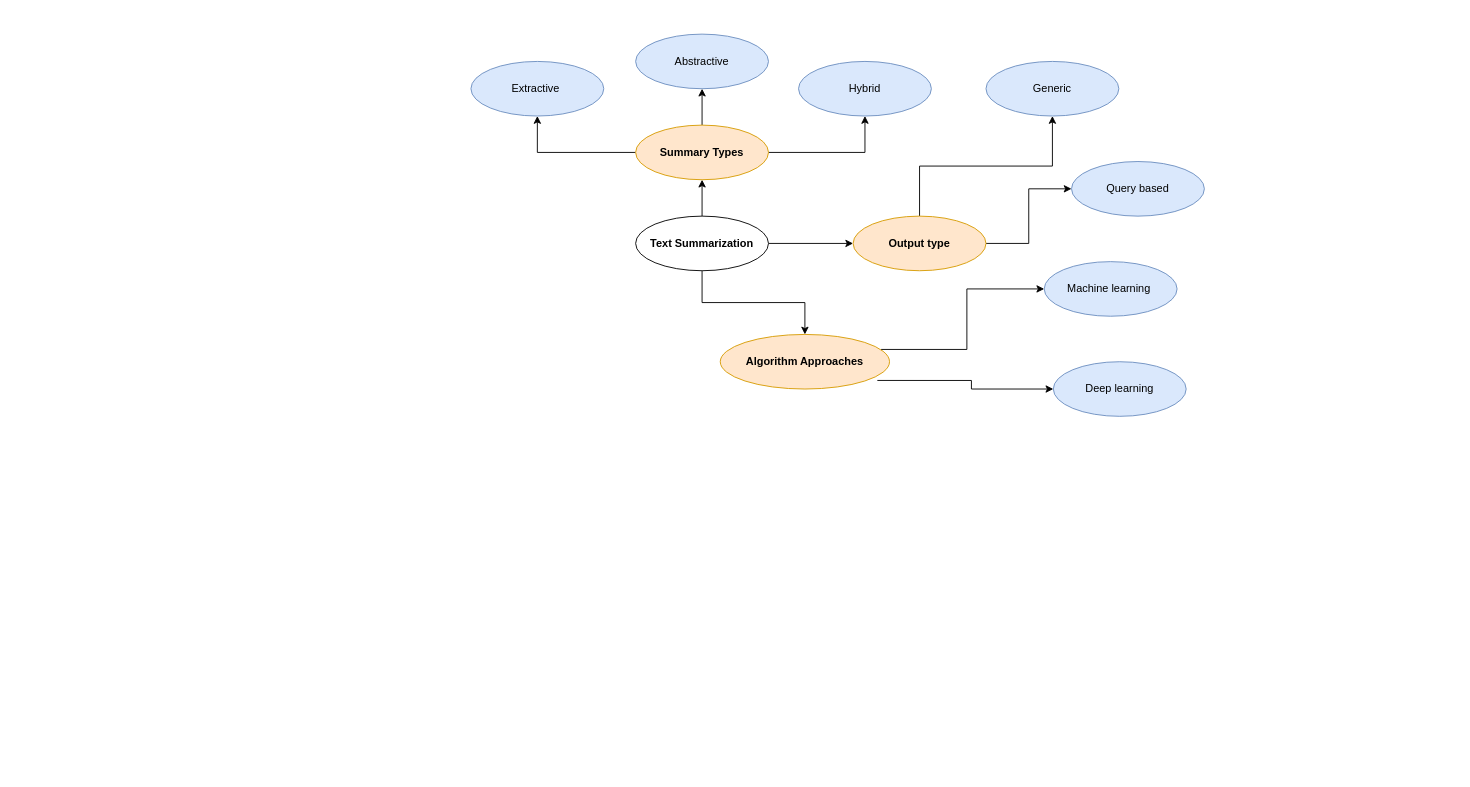
Above: Project Proposal/images/Conceptual_Diagram.drawio in nazhimkalam/gensum (draw.io), before the change. Source tidied: cells renumbered, new cells numbered last; positions are measured from the earlier drawing's top-left corner, leaving out a move shared by most shapes. Both pictures are drawn from the tidied source at 91%, with x=0, y=0 at pixel (470, 34).
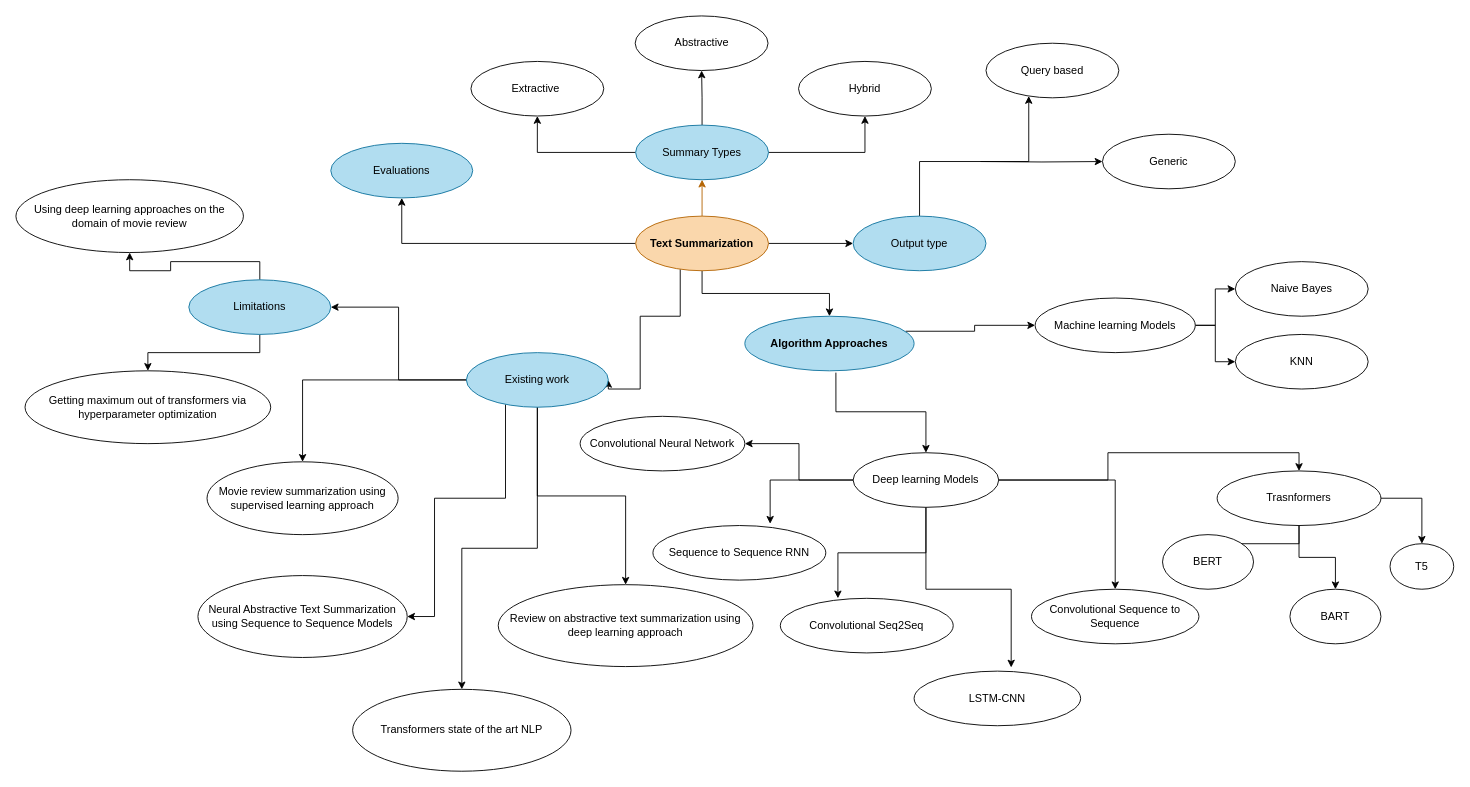
The same page after the edit.

Commit message (it also covers changes not shown here):
project proposal diagram

Diff of the diagram source:
```diff
@@
-    <mxCell id="2" style="edgeStyle=orthogonalEdgeStyle;rounded=0;jettySize=auto;html=1;entryX=0.5;entryY=1;entryDx=0;entryDy=0;" parent="1" edge="1" source="5" target="9">
+    <mxCell id="2" style="edgeStyle=orthogonalEdgeStyle;rounded=0;jettySize=auto;html=1;entryX=0.5;entryY=1;entryDx=0;entryDy=0;fillColor=#fad7ac;strokeColor=#b46504;" parent="1" edge="1" source="5" target="9">
       <mxGeometry relative="1" as="geometry" />
     </mxCell>
@@
+    <mxCell id="23" style="edgeStyle=orthogonalEdgeStyle;rounded=0;jettySize=auto;html=1;entryX=1;entryY=0.5;entryDx=0;entryDy=0;" parent="1" edge="1" source="5" target="53">
+      <mxGeometry relative="1" as="geometry">
+        <Array as="points">
+          <mxPoint x="230" y="310" />
+          <mxPoint x="186" y="310" />
+          <mxPoint x="186" y="390" />
+        </Array>
+      </mxGeometry>
+    </mxCell>
+    <mxCell id="24" style="edgeStyle=orthogonalEdgeStyle;rounded=0;jettySize=auto;html=1;" parent="1" edge="1" source="5" target="61">
+      <mxGeometry relative="1" as="geometry" />
+    </mxCell>
-    <mxCell id="5" value="&lt;b&gt;Text Summarization&lt;/b&gt;" style="ellipse;whiteSpace=wrap;html=1;" parent="1" vertex="1">
+    <mxCell id="5" value="&lt;b&gt;Text Summarization&lt;/b&gt;" style="ellipse;whiteSpace=wrap;html=1;fillColor=#fad7ac;strokeColor=#b46504;" parent="1" vertex="1">
       <mxGeometry x="181" y="200" width="146" height="60" as="geometry" />
     </mxCell>
@@
-    <mxCell id="9" value="&lt;b&gt;Summary Types&lt;/b&gt;" style="ellipse;whiteSpace=wrap;html=1;fillColor=#ffe6cc;strokeColor=#d79b00;" parent="1" vertex="1">
+    <mxCell id="9" value="Summary Types" style="ellipse;whiteSpace=wrap;html=1;fillColor=#b1ddf0;strokeColor=#10739e;" parent="1" vertex="1">
       <mxGeometry x="181" y="100" width="146" height="60" as="geometry" />
     </mxCell>
-    <mxCell id="10" value="Extractive&amp;nbsp;" style="ellipse;whiteSpace=wrap;html=1;fillColor=#dae8fc;strokeColor=#6c8ebf;" parent="1" vertex="1">
+    <mxCell id="10" value="Extractive&amp;nbsp;" style="ellipse;whiteSpace=wrap;html=1;" parent="1" vertex="1">
       <mxGeometry y="30" width="146" height="60" as="geometry" />
     </mxCell>
-    <mxCell id="11" value="Abstractive" style="ellipse;whiteSpace=wrap;html=1;fillColor=#dae8fc;strokeColor=#6c8ebf;" parent="1" vertex="1">
-      <mxGeometry x="181" width="146" height="60" as="geometry" />
+    <mxCell id="11" value="Abstractive" style="ellipse;whiteSpace=wrap;html=1;" parent="1" vertex="1">
+      <mxGeometry x="180.5" y="-20" width="146" height="60" as="geometry" />
     </mxCell>
-    <mxCell id="12" value="Hybrid" style="ellipse;whiteSpace=wrap;html=1;fillColor=#dae8fc;strokeColor=#6c8ebf;" parent="1" vertex="1">
+    <mxCell id="12" value="Hybrid" style="ellipse;whiteSpace=wrap;html=1;" parent="1" vertex="1">
       <mxGeometry x="360" y="30" width="146" height="60" as="geometry" />
     </mxCell>
     <mxCell id="13" style="edgeStyle=orthogonalEdgeStyle;rounded=0;jettySize=auto;html=1;" parent="1" edge="1" source="15" target="17">
-      <mxGeometry relative="1" as="geometry" />
+      <mxGeometry relative="1" as="geometry">
+        <Array as="points">
+          <mxPoint x="493" y="140" />
+          <mxPoint x="613" y="140" />
+        </Array>
+      </mxGeometry>
     </mxCell>
-    <mxCell id="14" style="edgeStyle=orthogonalEdgeStyle;rounded=0;jettySize=auto;html=1;entryX=0.5;entryY=1;entryDx=0;entryDy=0;" parent="1" edge="1" source="15" target="16">
-      <mxGeometry relative="1" as="geometry" />
-    </mxCell>
+    <mxCell id="25" style="edgeStyle=orthogonalEdgeStyle;rounded=0;jettySize=auto;html=1;entryX=0;entryY=0.5;entryDx=0;entryDy=0;" parent="1" edge="1" target="16">
+      <mxGeometry relative="1" as="geometry">
+        <mxPoint x="560" y="140" as="sourcePoint" />
+      </mxGeometry>
+    </mxCell>
-    <mxCell id="15" value="&lt;b&gt;Output type&lt;/b&gt;" style="ellipse;whiteSpace=wrap;html=1;fillColor=#ffe6cc;strokeColor=#d79b00;" parent="1" vertex="1">
+    <mxCell id="15" value="Output type" style="ellipse;whiteSpace=wrap;html=1;fillColor=#b1ddf0;strokeColor=#10739e;" parent="1" vertex="1">
       <mxGeometry x="420" y="200" width="146" height="60" as="geometry" />
     </mxCell>
-    <mxCell id="16" value="Generic" style="ellipse;whiteSpace=wrap;html=1;fillColor=#dae8fc;strokeColor=#6c8ebf;" parent="1" vertex="1">
-      <mxGeometry x="566" y="30" width="146" height="60" as="geometry" />
+    <mxCell id="16" value="Generic" style="ellipse;whiteSpace=wrap;html=1;" parent="1" vertex="1">
+      <mxGeometry x="694" y="110" width="146" height="60" as="geometry" />
     </mxCell>
-    <mxCell id="17" value="Query based" style="ellipse;whiteSpace=wrap;html=1;fillColor=#dae8fc;strokeColor=#6c8ebf;" parent="1" vertex="1">
-      <mxGeometry x="660" y="140" width="146" height="60" as="geometry" />
+    <mxCell id="17" value="Query based" style="ellipse;whiteSpace=wrap;html=1;" parent="1" vertex="1">
+      <mxGeometry x="566" y="10" width="146" height="60" as="geometry" />
     </mxCell>
-    <mxCell id="18" style="edgeStyle=orthogonalEdgeStyle;rounded=0;jettySize=auto;html=1;exitX=0.928;exitY=0.843;exitDx=0;exitDy=0;exitPerimeter=0;" parent="1" edge="1" source="20" target="22">
+    <mxCell id="18" style="edgeStyle=orthogonalEdgeStyle;rounded=0;jettySize=auto;html=1;exitX=0.538;exitY=1.033;exitDx=0;exitDy=0;exitPerimeter=0;" parent="1" edge="1" source="20" target="22">
       <mxGeometry relative="1" as="geometry" />
     </mxCell>
@@
-    <mxCell id="20" value="&lt;b&gt;Algorithm Approaches&lt;/b&gt;" style="ellipse;whiteSpace=wrap;html=1;fillColor=#ffe6cc;strokeColor=#d79b00;" parent="1" vertex="1">
-      <mxGeometry x="274" y="330" width="186" height="60" as="geometry" />
+    <mxCell id="20" value="&lt;b&gt;Algorithm Approaches&lt;/b&gt;" style="ellipse;whiteSpace=wrap;html=1;fillColor=#b1ddf0;strokeColor=#10739e;" parent="1" vertex="1">
+      <mxGeometry x="301" y="310" width="186" height="60" as="geometry" />
     </mxCell>
+    <mxCell id="26" style="edgeStyle=orthogonalEdgeStyle;rounded=0;jettySize=auto;html=1;entryX=0;entryY=0.5;entryDx=0;entryDy=0;" parent="1" edge="1" source="21" target="34">
+      <mxGeometry relative="1" as="geometry" />
+    </mxCell>
+    <mxCell id="27" style="edgeStyle=orthogonalEdgeStyle;rounded=0;jettySize=auto;html=1;" parent="1" edge="1" source="21" target="35">
+      <mxGeometry relative="1" as="geometry" />
+    </mxCell>
-    <mxCell id="21" value="Machine learning&amp;nbsp;" style="ellipse;whiteSpace=wrap;html=1;fillColor=#dae8fc;strokeColor=#6c8ebf;" parent="1" vertex="1">
-      <mxGeometry x="630" y="250" width="146" height="60" as="geometry" />
+    <mxCell id="21" value="Machine learning Models" style="ellipse;whiteSpace=wrap;html=1;" parent="1" vertex="1">
+      <mxGeometry x="620" y="290" width="176" height="60" as="geometry" />
     </mxCell>
+    <mxCell id="28" style="edgeStyle=orthogonalEdgeStyle;rounded=0;jettySize=auto;html=1;entryX=1;entryY=0.5;entryDx=0;entryDy=0;" parent="1" edge="1" source="22" target="36">
+      <mxGeometry relative="1" as="geometry" />
+    </mxCell>
+    <mxCell id="29" style="edgeStyle=orthogonalEdgeStyle;rounded=0;jettySize=auto;html=1;entryX=0.678;entryY=-0.033;entryDx=0;entryDy=0;entryPerimeter=0;" parent="1" edge="1" source="22" target="37">
+      <mxGeometry relative="1" as="geometry" />
+    </mxCell>
+    <mxCell id="30" style="edgeStyle=orthogonalEdgeStyle;rounded=0;jettySize=auto;html=1;entryX=0.333;entryY=0;entryDx=0;entryDy=0;entryPerimeter=0;" parent="1" edge="1" source="22" target="38">
+      <mxGeometry relative="1" as="geometry" />
+    </mxCell>
+    <mxCell id="31" style="edgeStyle=orthogonalEdgeStyle;rounded=0;jettySize=auto;html=1;entryX=0.583;entryY=-0.067;entryDx=0;entryDy=0;entryPerimeter=0;" parent="1" edge="1" source="22" target="39">
+      <mxGeometry relative="1" as="geometry" />
+    </mxCell>
+    <mxCell id="32" style="edgeStyle=orthogonalEdgeStyle;rounded=0;jettySize=auto;html=1;entryX=0.5;entryY=0;entryDx=0;entryDy=0;" parent="1" edge="1" source="22" target="40">
+      <mxGeometry relative="1" as="geometry" />
+    </mxCell>
+    <mxCell id="33" style="edgeStyle=orthogonalEdgeStyle;rounded=0;jettySize=auto;html=1;entryX=0.5;entryY=0;entryDx=0;entryDy=0;" parent="1" edge="1" source="22" target="44">
+      <mxGeometry relative="1" as="geometry" />
+    </mxCell>
-    <mxCell id="22" value="Deep learning" style="ellipse;whiteSpace=wrap;html=1;fillColor=#dae8fc;strokeColor=#6c8ebf;" parent="1" vertex="1">
-      <mxGeometry x="640" y="360" width="146" height="60" as="geometry" />
+    <mxCell id="22" value="Deep learning Models" style="ellipse;whiteSpace=wrap;html=1;" parent="1" vertex="1">
+      <mxGeometry x="420" y="460" width="160" height="60" as="geometry" />
     </mxCell>
+    <mxCell id="34" value="Naive Bayes" style="ellipse;whiteSpace=wrap;html=1;" parent="1" vertex="1">
+      <mxGeometry x="840" y="250" width="146" height="60" as="geometry" />
+    </mxCell>
+    <mxCell id="35" value="KNN" style="ellipse;whiteSpace=wrap;html=1;" parent="1" vertex="1">
+      <mxGeometry x="840" y="330" width="146" height="60" as="geometry" />
+    </mxCell>
+    <mxCell id="36" value="Convolutional Neural Network" style="ellipse;whiteSpace=wrap;html=1;" parent="1" vertex="1">
+      <mxGeometry x="120" y="420" width="181" height="60" as="geometry" />
+    </mxCell>
+    <mxCell id="37" value="Sequence to Sequence RNN" style="ellipse;whiteSpace=wrap;html=1;" parent="1" vertex="1">
+      <mxGeometry x="200" y="540" width="190" height="60" as="geometry" />
+    </mxCell>
+    <mxCell id="38" value="Convolutional Seq2Seq" style="ellipse;whiteSpace=wrap;html=1;" parent="1" vertex="1">
+      <mxGeometry x="340" y="620" width="190" height="60" as="geometry" />
+    </mxCell>
+    <mxCell id="39" value="LSTM-CNN" style="ellipse;whiteSpace=wrap;html=1;" parent="1" vertex="1">
+      <mxGeometry x="487" y="700" width="183" height="60" as="geometry" />
+    </mxCell>
+    <mxCell id="40" value="Convolutional Sequence to Sequence" style="ellipse;whiteSpace=wrap;html=1;" parent="1" vertex="1">
+      <mxGeometry x="616" y="610" width="184" height="60" as="geometry" />
+    </mxCell>
+    <mxCell id="41" style="edgeStyle=orthogonalEdgeStyle;rounded=0;jettySize=auto;html=1;" parent="1" edge="1" source="44" target="45">
+      <mxGeometry relative="1" as="geometry" />
+    </mxCell>
+    <mxCell id="42" style="edgeStyle=orthogonalEdgeStyle;rounded=0;jettySize=auto;html=1;entryX=0.5;entryY=0;entryDx=0;entryDy=0;" parent="1" edge="1" source="44" target="46">
+      <mxGeometry relative="1" as="geometry" />
+    </mxCell>
+    <mxCell id="43" style="edgeStyle=orthogonalEdgeStyle;rounded=0;jettySize=auto;html=1;entryX=0.5;entryY=0;entryDx=0;entryDy=0;" parent="1" edge="1" source="44" target="47">
+      <mxGeometry relative="1" as="geometry" />
+    </mxCell>
+    <mxCell id="44" value="Trasnformers" style="ellipse;whiteSpace=wrap;html=1;" parent="1" vertex="1">
+      <mxGeometry x="820" y="480" width="180" height="60" as="geometry" />
+    </mxCell>
+    <mxCell id="45" value="BERT" style="ellipse;whiteSpace=wrap;html=1;" parent="1" vertex="1">
+      <mxGeometry x="760" y="550" width="100" height="60" as="geometry" />
+    </mxCell>
+    <mxCell id="46" value="BART" style="ellipse;whiteSpace=wrap;html=1;" parent="1" vertex="1">
+      <mxGeometry x="900" y="610" width="100" height="60" as="geometry" />
+    </mxCell>
+    <mxCell id="47" value="T5" style="ellipse;whiteSpace=wrap;html=1;" parent="1" vertex="1">
+      <mxGeometry x="1010" y="560" width="70" height="50" as="geometry" />
+    </mxCell>
+    <mxCell id="48" style="edgeStyle=orthogonalEdgeStyle;rounded=0;jettySize=auto;html=1;entryX=0.5;entryY=0;entryDx=0;entryDy=0;" parent="1" edge="1" source="53" target="54">
+      <mxGeometry relative="1" as="geometry" />
+    </mxCell>
+    <mxCell id="49" style="edgeStyle=orthogonalEdgeStyle;rounded=0;jettySize=auto;html=1;" parent="1" edge="1" source="53" target="55">
+      <mxGeometry relative="1" as="geometry">
+        <Array as="points">
+          <mxPoint x="38" y="510" />
+          <mxPoint x="-40" y="510" />
+        </Array>
+      </mxGeometry>
+    </mxCell>
+    <mxCell id="50" style="edgeStyle=orthogonalEdgeStyle;rounded=0;jettySize=auto;html=1;entryX=0.5;entryY=0;entryDx=0;entryDy=0;" parent="1" edge="1" source="53" target="56">
+      <mxGeometry relative="1" as="geometry" />
+    </mxCell>
+    <mxCell id="51" style="edgeStyle=orthogonalEdgeStyle;rounded=0;jettySize=auto;html=1;" parent="1" edge="1" source="53" target="57">
+      <mxGeometry relative="1" as="geometry" />
+    </mxCell>
+    <mxCell id="52" style="edgeStyle=orthogonalEdgeStyle;rounded=0;jettySize=auto;html=1;entryX=1;entryY=0.5;entryDx=0;entryDy=0;" parent="1" edge="1" source="53" target="60">
+      <mxGeometry relative="1" as="geometry" />
+    </mxCell>
+    <mxCell id="53" value="&lt;span style=&quot;font-weight: normal;&quot;&gt;Existing work&lt;/span&gt;" style="ellipse;whiteSpace=wrap;html=1;fillColor=#b1ddf0;strokeColor=#10739e;fontStyle=1;" parent="1" vertex="1">
+      <mxGeometry x="-5" y="350" width="156" height="60" as="geometry" />
+    </mxCell>
+    <mxCell id="54" value="Movie review summarization using supervised learning approach" style="ellipse;whiteSpace=wrap;html=1;" parent="1" vertex="1">
+      <mxGeometry x="-290" y="470" width="210" height="80" as="geometry" />
+    </mxCell>
+    <mxCell id="55" value="Neural Abstractive Text Summarization using Sequence to Sequence Models" style="ellipse;whiteSpace=wrap;html=1;" parent="1" vertex="1">
+      <mxGeometry x="-300" y="595" width="230" height="90" as="geometry" />
+    </mxCell>
+    <mxCell id="56" value="&lt;span style=&quot;font-weight: normal;&quot;&gt;Review on abstractive text summarization using deep learning approach&lt;/span&gt;" style="ellipse;whiteSpace=wrap;html=1;fontStyle=1;" parent="1" vertex="1">
+      <mxGeometry x="30" y="605" width="280" height="90" as="geometry" />
+    </mxCell>
+    <mxCell id="57" value="Transformers state of the art NLP" style="ellipse;whiteSpace=wrap;html=1;" parent="1" vertex="1">
+      <mxGeometry x="-130" y="720" width="240" height="90" as="geometry" />
+    </mxCell>
+    <mxCell id="58" style="edgeStyle=orthogonalEdgeStyle;rounded=0;jettySize=auto;html=1;entryX=0.5;entryY=1;entryDx=0;entryDy=0;" parent="1" edge="1" source="60" target="62">
+      <mxGeometry relative="1" as="geometry" />
+    </mxCell>
+    <mxCell id="59" style="edgeStyle=orthogonalEdgeStyle;rounded=0;jettySize=auto;html=1;entryX=0.5;entryY=0;entryDx=0;entryDy=0;" parent="1" edge="1" source="60" target="63">
+      <mxGeometry relative="1" as="geometry" />
+    </mxCell>
+    <mxCell id="60" value="Limitations" style="ellipse;whiteSpace=wrap;html=1;fillColor=#b1ddf0;strokeColor=#10739e;" parent="1" vertex="1">
+      <mxGeometry x="-310" y="270" width="156" height="60" as="geometry" />
+    </mxCell>
+    <mxCell id="61" value="Evaluations" style="ellipse;whiteSpace=wrap;html=1;fillColor=#b1ddf0;strokeColor=#10739e;" parent="1" vertex="1">
+      <mxGeometry x="-154" y="120" width="156" height="60" as="geometry" />
+    </mxCell>
+    <mxCell id="62" value="Using deep learning approaches on the domain of movie review" style="ellipse;whiteSpace=wrap;html=1;" parent="1" vertex="1">
+      <mxGeometry x="-500" y="160" width="250" height="80" as="geometry" />
+    </mxCell>
+    <mxCell id="63" value="Getting maximum out of transformers via hyperparameter optimization" style="ellipse;whiteSpace=wrap;html=1;" parent="1" vertex="1">
+      <mxGeometry x="-490" y="370" width="270" height="80" as="geometry" />
+    </mxCell>
```
